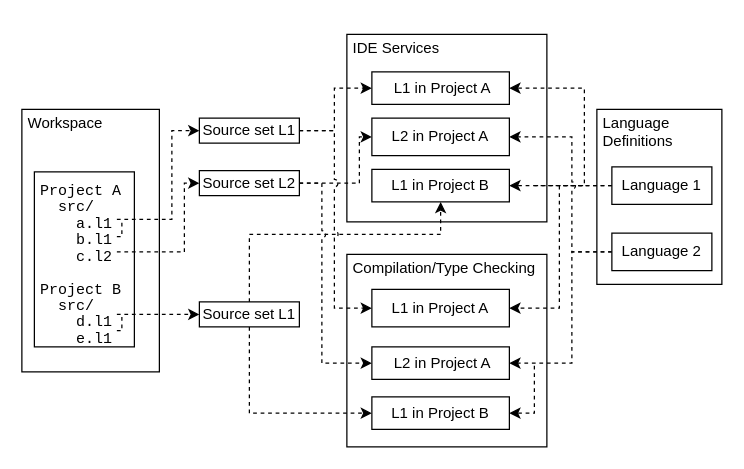
AZWN/Spoofax-pie-diagrams keeps this draw.io diagram as page "Current project" (10 of 12) of Spoofax3 Diagrams.drawio. Above is the earlier version. Source tidied: cells renumbered, new cells numbered last; positions are measured from the earlier drawing's top-left corner, leaving out a move shared by most shapes. Both pictures are drawn from the tidied source at 125%, with x=0, y=0 at pixel (21, 34).
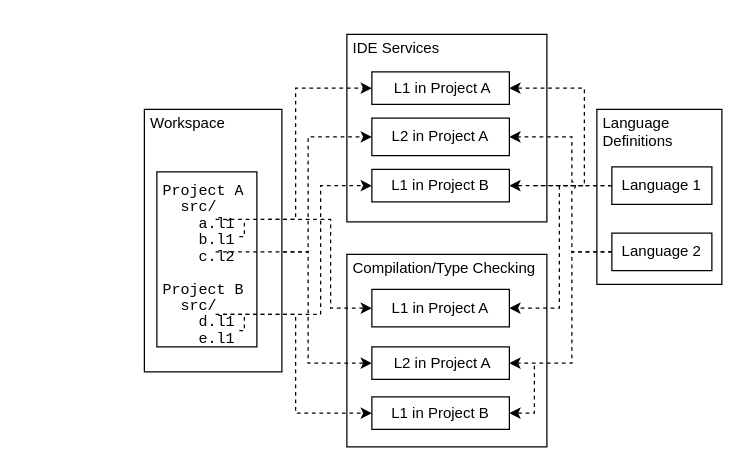
After the change.

Commit message (it also covers changes not shown here):
Remove source sets

Unchanged cells that the change refers to:
```xml
<mxCell id="26" value="&amp;nbsp;L1 in Project A" style="rounded=0;whiteSpace=wrap;html=1;strokeColor=#000000;" parent="1" vertex="1">
  <mxGeometry x="280" y="30" width="110" height="26" as="geometry" />
</mxCell>
<mxCell id="27" value="L2 in Project A" style="rounded=0;whiteSpace=wrap;html=1;strokeColor=#000000;" parent="1" vertex="1">
  <mxGeometry x="280" y="67" width="110" height="30" as="geometry" />
</mxCell>
<mxCell id="28" value="L1 in Project B" style="rounded=0;whiteSpace=wrap;html=1;strokeColor=#000000;" parent="1" vertex="1">
  <mxGeometry x="280" y="108" width="110" height="26" as="geometry" />
</mxCell>
<mxCell id="29" value="&amp;nbsp;L2 in Project A" style="rounded=0;whiteSpace=wrap;html=1;strokeColor=#000000;" parent="1" vertex="1">
  <mxGeometry x="280" y="250" width="110" height="26" as="geometry" />
</mxCell>
<mxCell id="30" value="L1 in Project A" style="rounded=0;whiteSpace=wrap;html=1;strokeColor=#000000;" parent="1" vertex="1">
  <mxGeometry x="280" y="204" width="110" height="30" as="geometry" />
</mxCell>
<mxCell id="31" value="L1 in Project B" style="rounded=0;whiteSpace=wrap;html=1;strokeColor=#000000;" parent="1" vertex="1">
  <mxGeometry x="280" y="290" width="110" height="26" as="geometry" />
</mxCell>
```

What changed in the source:
```diff
@@
     <mxCell id="3" value="&lt;br&gt;&lt;div&gt;Workspace&lt;/div&gt;" style="text;html=1;fillColor=none;spacing=5;spacingTop=-20;whiteSpace=wrap;overflow=hidden;rounded=0;strokeColor=#000000;" parent="1" vertex="1">
-      <mxGeometry y="60" width="110" height="210" as="geometry" />
+      <mxGeometry x="98" y="60" width="110" height="210" as="geometry" />
     </mxCell>
     <mxCell id="4" value="&lt;p style=&quot;line-height: 0%&quot;&gt;&lt;font face=&quot;Courier New&quot;&gt;&lt;br&gt;&lt;/font&gt;&lt;/p&gt;&lt;p style=&quot;line-height: 0%&quot;&gt;&lt;font face=&quot;Courier New&quot;&gt;Project A&lt;/font&gt;&lt;/p&gt;&lt;p style=&quot;line-height: 0%&quot;&gt;&lt;font face=&quot;Courier New&quot;&gt;&amp;nbsp; src/&lt;/font&gt;&lt;/p&gt;&lt;p style=&quot;line-height: 0%&quot;&gt;&lt;font face=&quot;Courier New&quot;&gt;&amp;nbsp;&amp;nbsp;&amp;nbsp; a.l1&lt;/font&gt;&lt;/p&gt;&lt;p style=&quot;line-height: 0%&quot;&gt;&lt;font face=&quot;Courier New&quot;&gt;&amp;nbsp;&amp;nbsp;&amp;nbsp; b.l1&lt;/font&gt;&lt;/p&gt;&lt;p style=&quot;line-height: 0%&quot;&gt;&lt;font face=&quot;Courier New&quot;&gt;&lt;br&gt;&amp;nbsp;&amp;nbsp;&amp;nbsp; c.l2&lt;/font&gt;&lt;/p&gt;&lt;p style=&quot;line-height: 0%&quot;&gt;&lt;font face=&quot;Courier New&quot;&gt;&lt;br&gt;&lt;/font&gt;&lt;/p&gt;&lt;p style=&quot;line-height: 0%&quot;&gt;&lt;font face=&quot;Courier New&quot;&gt;Project B&lt;/font&gt;&lt;/p&gt;&lt;p style=&quot;line-height: 0%&quot;&gt;&lt;font face=&quot;Courier New&quot;&gt;&amp;nbsp; src/&lt;/font&gt;&lt;/p&gt;&lt;p style=&quot;line-height: 0%&quot;&gt;&lt;font face=&quot;Courier New&quot;&gt;&amp;nbsp;&amp;nbsp;&amp;nbsp; d.l1&lt;/font&gt;&lt;/p&gt;&lt;p style=&quot;line-height: 0%&quot;&gt;&lt;font face=&quot;Courier New&quot;&gt;&amp;nbsp;&amp;nbsp;&amp;nbsp; e.l1&lt;br&gt;&lt;/font&gt;&lt;/p&gt;" style="text;html=1;fillColor=none;spacing=5;spacingTop=-20;whiteSpace=wrap;overflow=hidden;rounded=0;strokeColor=#000000;" parent="1" vertex="1">
-      <mxGeometry x="10" y="110" width="80" height="140" as="geometry" />
+      <mxGeometry x="108" y="110" width="80" height="140" as="geometry" />
     </mxCell>
-    <mxCell id="5" style="edgeStyle=orthogonalEdgeStyle;rounded=0;jettySize=auto;html=1;exitX=0.5;exitY=0;exitDx=0;exitDy=0;entryX=0.5;entryY=1;entryDx=0;entryDy=0;dashed=1;" parent="1" edge="1" source="15" target="28">
-      <mxGeometry relative="1" as="geometry">
-        <Array as="points">
-          <mxPoint x="182" y="160" />
-          <mxPoint x="335" y="160" />
-        </Array>
-      </mxGeometry>
-    </mxCell>
-    <mxCell id="6" style="edgeStyle=orthogonalEdgeStyle;rounded=0;jettySize=auto;html=1;exitX=1;exitY=0.5;exitDx=0;exitDy=0;entryX=0;entryY=0.5;entryDx=0;entryDy=0;dashed=1;" parent="1" edge="1" source="12" target="27">
-      <mxGeometry relative="1" as="geometry">
-        <Array as="points">
-          <mxPoint x="270" y="119" />
-          <mxPoint x="270" y="82" />
-        </Array>
-      </mxGeometry>
-    </mxCell>
@@
-    <mxCell id="8" style="edgeStyle=orthogonalEdgeStyle;rounded=0;jettySize=auto;html=1;exitX=1;exitY=0.5;exitDx=0;exitDy=0;entryX=0;entryY=0.5;entryDx=0;entryDy=0;dashed=1;" parent="1" edge="1" source="10" target="26">
-      <mxGeometry relative="1" as="geometry">
-        <Array as="points">
-          <mxPoint x="250" y="77" />
-          <mxPoint x="250" y="43" />
-        </Array>
-      </mxGeometry>
-    </mxCell>
-    <mxCell id="9" style="edgeStyle=orthogonalEdgeStyle;rounded=0;jettySize=auto;html=1;exitX=1;exitY=0.5;exitDx=0;exitDy=0;entryX=0;entryY=0.5;entryDx=0;entryDy=0;jumpStyle=arc;dashed=1;" parent="1" edge="1" source="10" target="30">
+    <mxCell id="9" style="edgeStyle=orthogonalEdgeStyle;rounded=0;jettySize=auto;html=1;entryX=0;entryY=0.5;entryDx=0;entryDy=0;jumpStyle=arc;dashed=1;" parent="1" edge="1" target="30">
       <mxGeometry relative="1" as="geometry">
+        <mxPoint x="197" y="148" as="sourcePoint" />
         <Array as="points">
-          <mxPoint x="250" y="77" />
-          <mxPoint x="250" y="219" />
+          <mxPoint x="247" y="148" />
+          <mxPoint x="247" y="219" />
         </Array>
       </mxGeometry>
     </mxCell>
-    <mxCell id="10" value="Source set L1" style="rounded=0;whiteSpace=wrap;html=1;strokeColor=#000000;" parent="1" vertex="1">
-      <mxGeometry x="142" y="67" width="80" height="20" as="geometry" />
-    </mxCell>
-    <mxCell id="11" style="edgeStyle=orthogonalEdgeStyle;rounded=0;jumpStyle=arc;jettySize=auto;html=1;exitX=1;exitY=0.5;exitDx=0;exitDy=0;entryX=0;entryY=0.5;entryDx=0;entryDy=0;dashed=1;" parent="1" edge="1" source="12" target="29">
+    <mxCell id="11" style="edgeStyle=orthogonalEdgeStyle;rounded=0;jumpStyle=arc;jettySize=auto;html=1;entryX=0;entryY=0.5;entryDx=0;entryDy=0;dashed=1;" parent="1" edge="1" target="29">
       <mxGeometry relative="1" as="geometry">
+        <mxPoint x="209" y="174" as="sourcePoint" />
         <Array as="points">
-          <mxPoint x="240" y="119" />
-          <mxPoint x="240" y="263" />
+          <mxPoint x="229" y="174" />
+          <mxPoint x="229" y="263" />
         </Array>
       </mxGeometry>
     </mxCell>
-    <mxCell id="12" value="Source set L2" style="rounded=0;whiteSpace=wrap;html=1;strokeColor=#000000;" parent="1" vertex="1">
-      <mxGeometry x="142" y="109" width="80" height="20" as="geometry" />
-    </mxCell>
-    <mxCell id="13" style="endArrow=classic;html=1;entryX=0;entryY=0.5;entryDx=0;entryDy=0;edgeStyle=orthogonalEdgeStyle;rounded=0;dashed=1;" parent="1" edge="1" target="10">
+    <mxCell id="13" style="endArrow=classic;html=1;entryX=0;entryY=0.5;entryDx=0;entryDy=0;edgeStyle=orthogonalEdgeStyle;rounded=0;dashed=1;" parent="1" edge="1" target="26">
       <mxGeometry relative="1" as="geometry">
-        <mxPoint x="76" y="148" as="sourcePoint" />
+        <mxPoint x="155" y="148" as="sourcePoint" />
         <Array as="points">
-          <mxPoint x="120" y="148" />
-          <mxPoint x="120" y="77" />
+          <mxPoint x="219" y="148" />
+          <mxPoint x="219" y="43" />
         </Array>
       </mxGeometry>
     </mxCell>
-    <mxCell id="14" style="edgeStyle=orthogonalEdgeStyle;rounded=0;jumpStyle=arc;jettySize=auto;html=1;exitX=0.5;exitY=1;exitDx=0;exitDy=0;entryX=0;entryY=0.5;entryDx=0;entryDy=0;dashed=1;" parent="1" edge="1" source="15" target="31">
-      <mxGeometry relative="1" as="geometry" />
+    <mxCell id="14" style="edgeStyle=orthogonalEdgeStyle;rounded=0;jumpStyle=arc;jettySize=auto;html=1;entryX=0;entryY=0.5;entryDx=0;entryDy=0;dashed=1;" parent="1" edge="1" target="31">
+      <mxGeometry relative="1" as="geometry">
+        <mxPoint x="161" y="224" as="sourcePoint" />
+        <Array as="points">
+          <mxPoint x="219" y="224" />
+          <mxPoint x="219" y="303" />
+        </Array>
+      </mxGeometry>
     </mxCell>
-    <mxCell id="15" value="Source set L1" style="rounded=0;whiteSpace=wrap;html=1;strokeColor=#000000;" parent="1" vertex="1">
-      <mxGeometry x="142" y="214" width="80" height="20" as="geometry" />
-    </mxCell>
-    <mxCell id="16" style="endArrow=classic;html=1;entryX=0;entryY=0.5;entryDx=0;entryDy=0;edgeStyle=orthogonalEdgeStyle;rounded=0;dashed=1;" parent="1" edge="1" target="15">
+    <mxCell id="16" style="endArrow=classic;html=1;entryX=0;entryY=0.5;entryDx=0;entryDy=0;edgeStyle=orthogonalEdgeStyle;rounded=0;dashed=1;" parent="1" edge="1" target="28">
       <mxGeometry relative="1" as="geometry">
-        <mxPoint x="76" y="224" as="sourcePoint" />
+        <mxPoint x="155" y="224" as="sourcePoint" />
         <Array as="points">
-          <mxPoint x="130" y="224" />
-          <mxPoint x="130" y="224" />
+          <mxPoint x="239" y="224" />
+          <mxPoint x="239" y="121" />
         </Array>
       </mxGeometry>
     </mxCell>
@@
-    <mxCell id="32" style="endArrow=classic;html=1;entryX=0;entryY=0.5;entryDx=0;entryDy=0;edgeStyle=orthogonalEdgeStyle;rounded=0;dashed=1;" parent="1" edge="1" target="12">
+    <mxCell id="32" style="endArrow=classic;html=1;entryX=0;entryY=0.5;entryDx=0;entryDy=0;edgeStyle=orthogonalEdgeStyle;rounded=0;dashed=1;" parent="1" edge="1" target="27">
       <mxGeometry relative="1" as="geometry">
-        <mxPoint x="76" y="174" as="sourcePoint" />
+        <mxPoint x="155" y="174" as="sourcePoint" />
         <Array as="points">
-          <mxPoint x="130" y="174" />
-          <mxPoint x="130" y="119" />
+          <mxPoint x="229" y="174" />
+          <mxPoint x="229" y="82" />
         </Array>
       </mxGeometry>
     </mxCell>
     <mxCell id="33" style="endArrow=none;dashed=1;html=1;edgeStyle=orthogonalEdgeStyle;rounded=0;" parent="1" edge="1">
       <mxGeometry relative="1" as="geometry">
-        <mxPoint x="76" y="161.7" as="sourcePoint" />
-        <mxPoint x="80" y="150" as="targetPoint" />
+        <mxPoint x="174" y="161.7" as="sourcePoint" />
+        <mxPoint x="178" y="150" as="targetPoint" />
         <Array as="points">
-          <mxPoint x="80" y="162" />
+          <mxPoint x="178" y="162" />
         </Array>
       </mxGeometry>
     </mxCell>
     <mxCell id="34" style="endArrow=none;dashed=1;html=1;edgeStyle=orthogonalEdgeStyle;rounded=0;" parent="1" edge="1">
       <mxGeometry relative="1" as="geometry">
-        <mxPoint x="76" y="237" as="sourcePoint" />
-        <mxPoint x="80" y="225.3" as="targetPoint" />
+        <mxPoint x="174" y="237" as="sourcePoint" />
+        <mxPoint x="178" y="225.3" as="targetPoint" />
         <Array as="points">
-          <mxPoint x="80" y="237.3" />
+          <mxPoint x="178" y="237.3" />
         </Array>
       </mxGeometry>
     </mxCell>
```
